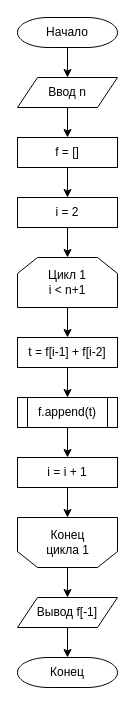
hantagu/practice keeps this draw.io diagram as page "2.2.1" (2 of 11) of Блок-схемы.drawio. Above is the earlier version. Source tidied: cells renumbered, new cells numbered last; positions are measured from the earlier drawing's top-left corner, leaving out a move shared by most shapes. Both pictures are drawn from the tidied source at 100%, with x=0, y=0 at pixel (17, 17).
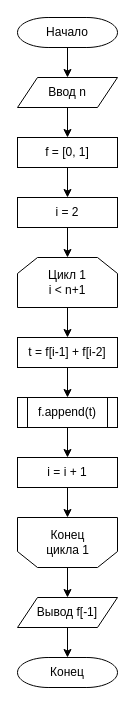
After the change.

Change to the diagram source:
```diff
@@
-    <mxCell id="6" value="f = []" style="rounded=0;whiteSpace=wrap;html=1;" parent="1" vertex="1">
+    <mxCell id="6" value="f = [0, 1]" style="rounded=0;whiteSpace=wrap;html=1;" parent="1" vertex="1">
       <mxGeometry y="120" width="100" height="30" as="geometry" />
     </mxCell>
```
